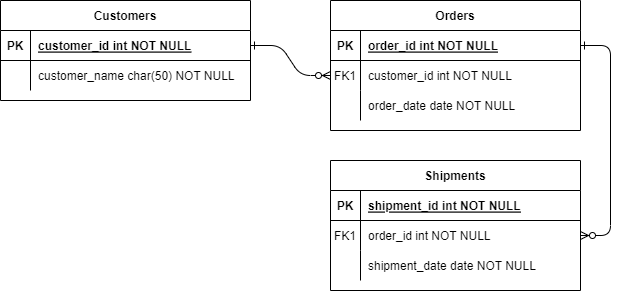
Earlier version of the draw.io export ERD.png (2003gichohiwaweru/softwaredevlab). Source tidied: cells renumbered, new cells last; positions are measured from the earlier drawing's top-left corner, leaving out a move shared by most shapes.
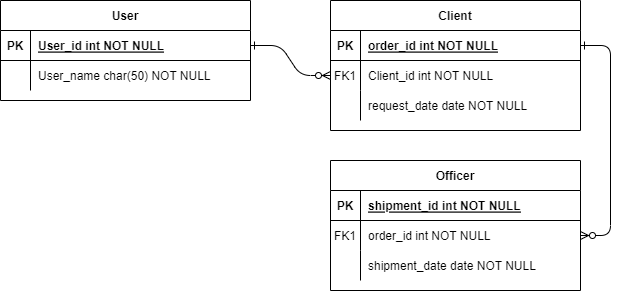
After the change.

Change to the diagram source:
```diff
@@ -8,7 +8,7 @@
     <mxCell id="3" style="edgeStyle=entityRelationEdgeStyle;endArrow=ERzeroToMany;startArrow=ERone;endFill=1;startFill=0;" parent="1" edge="1" source="5" target="18">
       <mxGeometry relative="1" as="geometry" />
     </mxCell>
-    <mxCell id="4" value="Orders" style="shape=table;startSize=30;rowLines=0;fontStyle=1;align=center;" parent="1" vertex="1">
+    <mxCell id="4" value="Client" style="shape=table;startSize=30;rowLines=0;fontStyle=1;align=center;" parent="1" vertex="1">
       <mxGeometry x="330" width="250" height="130" as="geometry" />
     </mxCell>
     <mxCell id="5" style="shape=partialRectangle;fillColor=none;points=[[0,0.5],[1,0.5]];portConstraint=eastwest;top=0;left=0;right=0;bottom=1;" parent="4" vertex="1">
@@ -26,7 +26,7 @@
     <mxCell id="9" value="FK1" style="shape=partialRectangle;overflow=hidden;fillColor=none;top=0;left=0;bottom=0;right=0;" parent="8" vertex="1">
       <mxGeometry width="30" height="30" as="geometry" />
     </mxCell>
-    <mxCell id="10" value="customer_id int NOT NULL" style="shape=partialRectangle;overflow=hidden;fillColor=none;top=0;left=0;bottom=0;right=0;align=left;spacingLeft=6;" parent="8" vertex="1">
+    <mxCell id="10" value="Client_id int NOT NULL" style="shape=partialRectangle;overflow=hidden;fillColor=none;top=0;left=0;bottom=0;right=0;align=left;spacingLeft=6;" parent="8" vertex="1">
       <mxGeometry x="30" width="220" height="30" as="geometry" />
     </mxCell>
     <mxCell id="11" style="shape=partialRectangle;fillColor=none;top=0;left=0;right=0;bottom=0;" parent="4" vertex="1">
@@ -35,10 +35,10 @@
     <mxCell id="12" style="shape=partialRectangle;overflow=hidden;fillColor=none;top=0;left=0;bottom=0;right=0;" parent="11" vertex="1">
       <mxGeometry width="30" height="30" as="geometry" />
     </mxCell>
-    <mxCell id="13" value="order_date date NOT NULL" style="shape=partialRectangle;overflow=hidden;fillColor=none;top=0;left=0;bottom=0;right=0;align=left;spacingLeft=6;" parent="11" vertex="1">
+    <mxCell id="13" value="request_date date NOT NULL" style="shape=partialRectangle;overflow=hidden;fillColor=none;top=0;left=0;bottom=0;right=0;align=left;spacingLeft=6;" parent="11" vertex="1">
       <mxGeometry x="30" width="220" height="30" as="geometry" />
     </mxCell>
-    <mxCell id="14" value="Shipments" style="shape=table;startSize=30;rowLines=0;fontStyle=1;align=center;" parent="1" vertex="1">
+    <mxCell id="14" value="Officer" style="shape=table;startSize=30;rowLines=0;fontStyle=1;align=center;" parent="1" vertex="1">
       <mxGeometry x="330" y="160" width="250" height="130" as="geometry" />
     </mxCell>
     <mxCell id="15" style="shape=partialRectangle;fillColor=none;top=0;left=0;right=0;bottom=1;" parent="14" vertex="1">
@@ -68,7 +68,7 @@
     <mxCell id="23" value="shipment_date date NOT NULL" style="shape=partialRectangle;overflow=hidden;fillColor=none;top=0;left=0;bottom=0;right=0;align=left;spacingLeft=6;" parent="21" vertex="1">
       <mxGeometry x="30" width="220" height="30" as="geometry" />
     </mxCell>
-    <mxCell id="24" value="Customers" style="shape=table;startSize=30;rowLines=0;fontStyle=1;align=center;" parent="1" vertex="1">
+    <mxCell id="24" value="User" style="shape=table;startSize=30;rowLines=0;fontStyle=1;align=center;" parent="1" vertex="1">
       <mxGeometry width="250" height="100" as="geometry" />
     </mxCell>
     <mxCell id="25" style="shape=partialRectangle;fillColor=none;points=[[0,0.5],[1,0.5]];portConstraint=eastwest;top=0;left=0;right=0;bottom=1;" parent="24" vertex="1">
@@ -77,7 +77,7 @@
     <mxCell id="26" value="PK" style="shape=partialRectangle;overflow=hidden;fillColor=none;top=0;left=0;bottom=0;right=0;fontStyle=1;" parent="25" vertex="1">
       <mxGeometry width="30" height="30" as="geometry" />
     </mxCell>
-    <mxCell id="27" value="customer_id int NOT NULL " style="shape=partialRectangle;overflow=hidden;fillColor=none;top=0;left=0;bottom=0;right=0;align=left;spacingLeft=6;fontStyle=5;" parent="25" vertex="1">
+    <mxCell id="27" value="User_id int NOT NULL " style="shape=partialRectangle;overflow=hidden;fillColor=none;top=0;left=0;bottom=0;right=0;align=left;spacingLeft=6;fontStyle=5;" parent="25" vertex="1">
       <mxGeometry x="30" width="220" height="30" as="geometry" />
     </mxCell>
     <mxCell id="28" style="shape=partialRectangle;fillColor=none;top=0;left=0;right=0;bottom=0;" parent="24" vertex="1">
@@ -86,7 +86,7 @@
     <mxCell id="29" style="shape=partialRectangle;overflow=hidden;fillColor=none;top=0;left=0;bottom=0;right=0;" parent="28" vertex="1">
       <mxGeometry width="30" height="30" as="geometry" />
     </mxCell>
-    <mxCell id="30" value="customer_name char(50) NOT NULL" style="shape=partialRectangle;overflow=hidden;fillColor=none;top=0;left=0;bottom=0;right=0;align=left;spacingLeft=6;" parent="28" vertex="1">
+    <mxCell id="30" value="User_name char(50) NOT NULL" style="shape=partialRectangle;overflow=hidden;fillColor=none;top=0;left=0;bottom=0;right=0;align=left;spacingLeft=6;" parent="28" vertex="1">
       <mxGeometry x="30" width="220" height="30" as="geometry" />
     </mxCell>
   </root>
```
